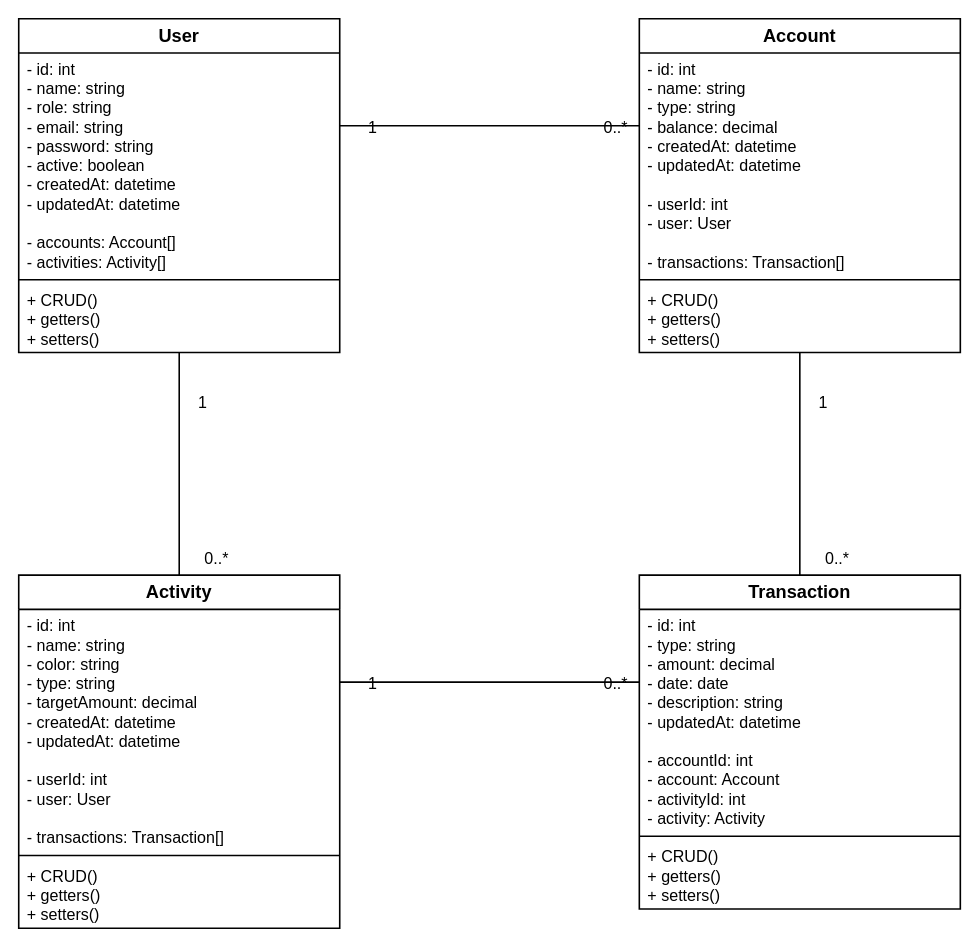
Earlier version of the draw.io diagram docs/architecture/deliverable-2/class-diagram.drawio (AndresVelez31/FinZen). Source tidied: cells renumbered, new cells numbered last; positions are measured from the earlier drawing's top-left corner, leaving out a move shared by most shapes. Both pictures are drawn from the tidied source at 107%, with x=0, y=0 at pixel (18, 18).
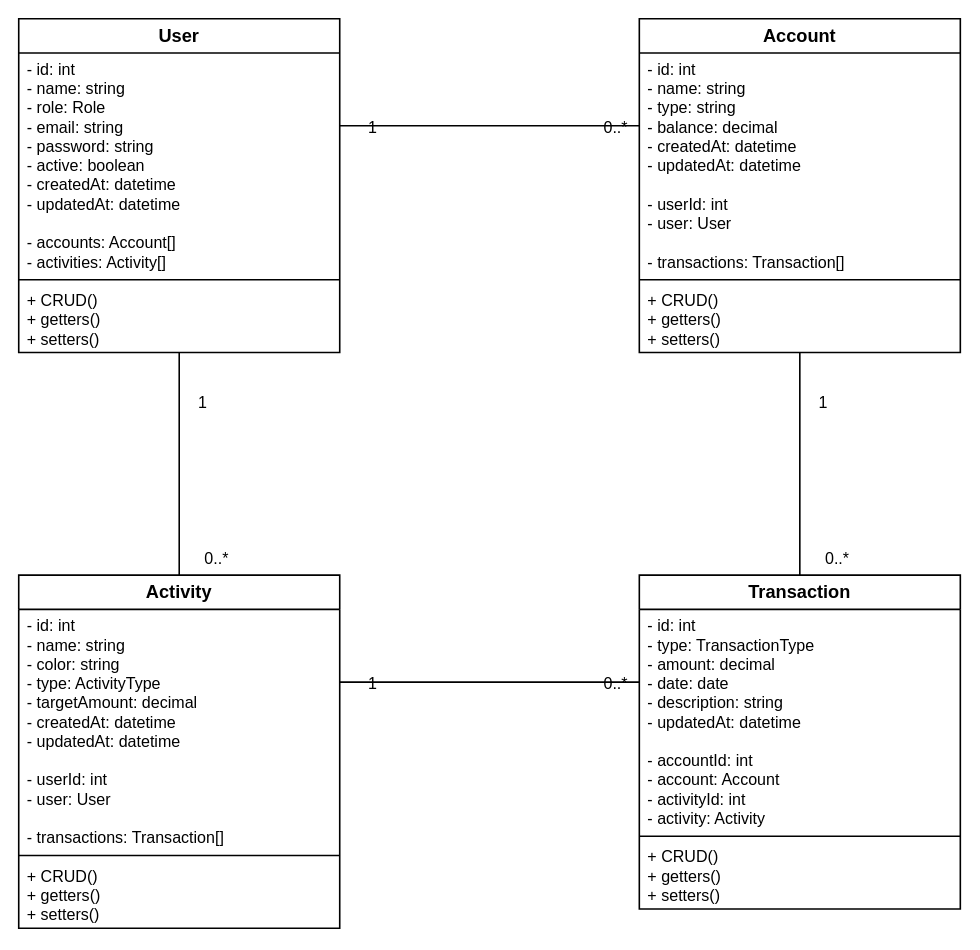
The same page after the edit.

The change refers to these unchanged cells:
```xml
<mxCell id="2" value="User" style="swimlane;fontStyle=1;align=center;verticalAlign=top;horizontal=1;startSize=32;whiteSpace=wrap;html=1;fontSize=17;fillColor=#ffffff;strokeColor=#000000;strokeWidth=1.5;" parent="1" vertex="1">
  <mxGeometry width="300" height="312" as="geometry" />
</mxCell>
<mxCell id="10" value="Activity" style="swimlane;fontStyle=1;align=center;verticalAlign=top;horizontal=1;startSize=32;whiteSpace=wrap;html=1;fontSize=17;fillColor=#ffffff;strokeColor=#000000;strokeWidth=1.5;" parent="1" vertex="1">
  <mxGeometry y="520" width="300" height="330" as="geometry" />
</mxCell>
<mxCell id="14" value="Transaction" style="swimlane;fontStyle=1;align=center;verticalAlign=top;horizontal=1;startSize=32;whiteSpace=wrap;html=1;fontSize=17;fillColor=#ffffff;strokeColor=#000000;strokeWidth=1.5;" parent="1" vertex="1">
  <mxGeometry x="580" y="520" width="300" height="312" as="geometry" />
</mxCell>
```

Diff of the diagram source:
```diff
@@
-    <mxCell id="3" value="- id: int&lt;br&gt;- name: string&lt;br&gt;- role: string&lt;br&gt;- email: string&lt;br&gt;- password: string&lt;br&gt;- active: boolean&lt;br&gt;- createdAt: datetime&lt;br&gt;- updatedAt: datetime&lt;br&gt;&lt;br&gt;- accounts: Account[]&lt;br&gt;- activities: Activity[]" style="text;strokeColor=none;fillColor=none;align=left;verticalAlign=top;spacingLeft=6;spacingRight=4;overflow=hidden;whiteSpace=wrap;html=1;fontSize=15;" parent="2" vertex="1">
+    <mxCell id="3" value="- id: int&lt;br&gt;- name: string&lt;br&gt;- role: Role&lt;br&gt;- email: string&lt;br&gt;- password: string&lt;br&gt;- active: boolean&lt;br&gt;- createdAt: datetime&lt;br&gt;- updatedAt: datetime&lt;br&gt;&lt;br&gt;- accounts: Account[]&lt;br&gt;- activities: Activity[]" style="text;strokeColor=none;fillColor=none;align=left;verticalAlign=top;spacingLeft=6;spacingRight=4;overflow=hidden;whiteSpace=wrap;html=1;fontSize=15;" parent="2" vertex="1">
       <mxGeometry y="32" width="300" height="208" as="geometry" />
     </mxCell>
@@
-    <mxCell id="11" value="- id: int&lt;br&gt;- name: string&lt;br&gt;- color: string&lt;br&gt;- type: string&lt;br&gt;- targetAmount: decimal&lt;br&gt;- createdAt: datetime&lt;br&gt;- updatedAt: datetime&lt;br&gt;&lt;br&gt;- userId: int&lt;br&gt;- user: User&lt;br&gt;&lt;br&gt;- transactions: Transaction[]" style="text;strokeColor=none;fillColor=none;align=left;verticalAlign=top;spacingLeft=6;spacingRight=4;overflow=hidden;whiteSpace=wrap;html=1;fontSize=15;" parent="10" vertex="1">
+    <mxCell id="11" value="- id: int&lt;br&gt;- name: string&lt;br&gt;- color: string&lt;br&gt;- type: ActivityType&lt;br&gt;- targetAmount: decimal&lt;br&gt;- createdAt: datetime&lt;br&gt;- updatedAt: datetime&lt;br&gt;&lt;br&gt;- userId: int&lt;br&gt;- user: User&lt;br&gt;&lt;br&gt;- transactions: Transaction[]" style="text;strokeColor=none;fillColor=none;align=left;verticalAlign=top;spacingLeft=6;spacingRight=4;overflow=hidden;whiteSpace=wrap;html=1;fontSize=15;" parent="10" vertex="1">
       <mxGeometry y="32" width="300" height="226" as="geometry" />
     </mxCell>
@@
-    <mxCell id="15" value="- id: int&lt;br&gt;- type: string&lt;br&gt;- amount: decimal&lt;br&gt;- date: date&lt;br&gt;- description: string&lt;br&gt;- updatedAt: datetime&lt;br&gt;&lt;br&gt;- accountId: int&lt;br&gt;- account: Account&lt;br&gt;- activityId: int&lt;br&gt;- activity: Activity" style="text;strokeColor=none;fillColor=none;align=left;verticalAlign=top;spacingLeft=6;spacingRight=4;overflow=hidden;whiteSpace=wrap;html=1;fontSize=15;" parent="14" vertex="1">
+    <mxCell id="15" value="- id: int&lt;br&gt;- type: TransactionType&lt;br&gt;- amount: decimal&lt;br&gt;- date: date&lt;br&gt;- description: string&lt;br&gt;- updatedAt: datetime&lt;br&gt;&lt;br&gt;- accountId: int&lt;br&gt;- account: Account&lt;br&gt;- activityId: int&lt;br&gt;- activity: Activity" style="text;strokeColor=none;fillColor=none;align=left;verticalAlign=top;spacingLeft=6;spacingRight=4;overflow=hidden;whiteSpace=wrap;html=1;fontSize=15;" parent="14" vertex="1">
       <mxGeometry y="32" width="300" height="208" as="geometry" />
     </mxCell>
```
